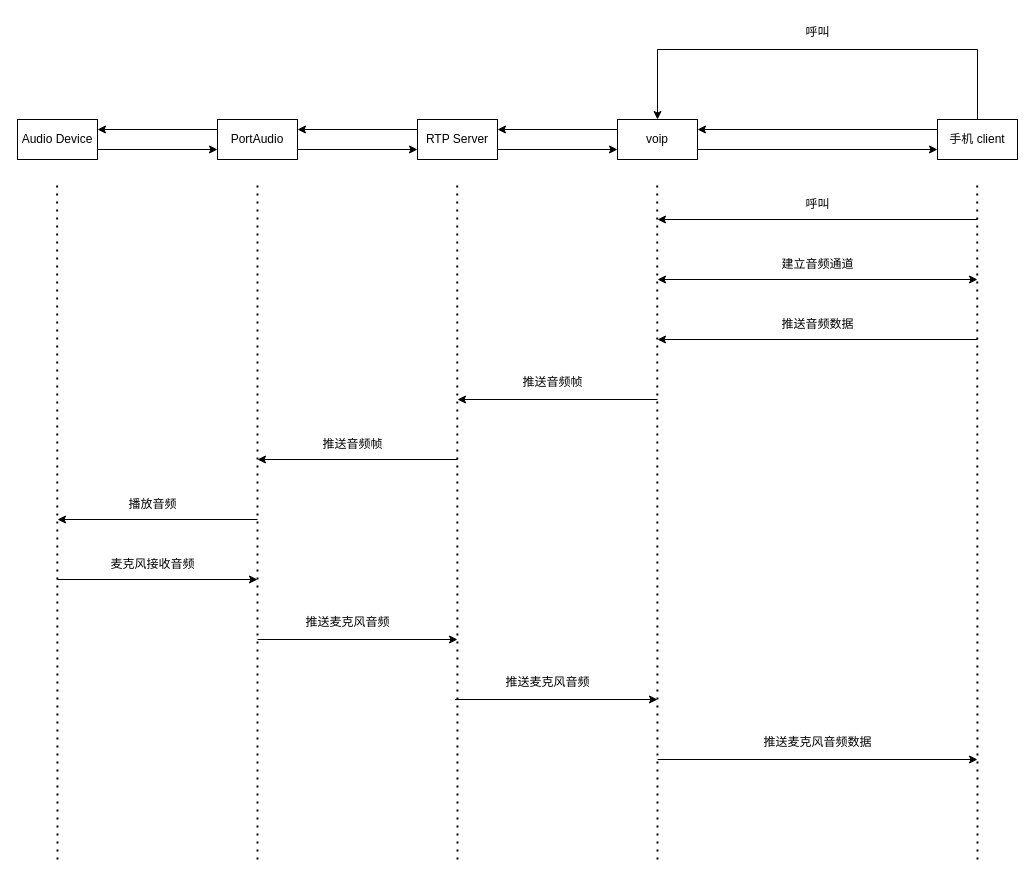
This is voip.drawio from WhiteCells/voip, a draw.io file, before an edit. Source tidied: cells renumbered, new cells numbered last; positions are measured from the earlier drawing's top-left corner, leaving out a move shared by most shapes. Both pictures are drawn from the tidied source at 100%, with x=0, y=0 at pixel (17, 17).
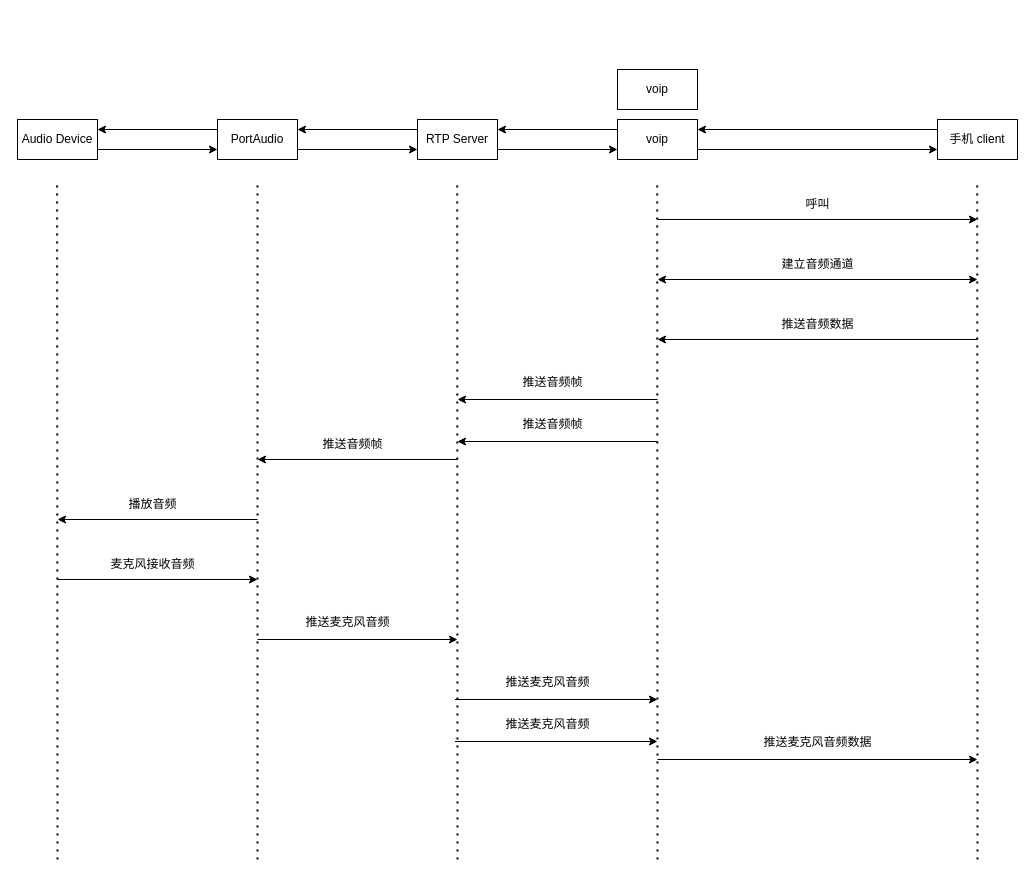
The same diagram, later.

Unchanged cells that the change refers to:
```xml
<mxCell id="4" value="voip" style="rounded=0;whiteSpace=wrap;html=1;" parent="1" vertex="1">
  <mxGeometry x="600" y="102" width="80" height="40" as="geometry" />
</mxCell>
<mxCell id="10" value="手机 client" style="rounded=0;whiteSpace=wrap;html=1;" parent="1" vertex="1">
  <mxGeometry x="920" y="102" width="80" height="40" as="geometry" />
</mxCell>
```

Change to the diagram source:
```diff
@@
-    <mxCell id="8" style="edgeStyle=orthogonalEdgeStyle;rounded=0;jettySize=auto;html=1;entryX=0.5;entryY=0;entryDx=0;entryDy=0;" parent="1" edge="1" source="10" target="4">
-      <mxGeometry relative="1" as="geometry">
-        <Array as="points">
-          <mxPoint x="960" y="32" />
-          <mxPoint x="640" y="32" />
-        </Array>
-      </mxGeometry>
-    </mxCell>
@@
-    <mxCell id="11" value="呼叫" style="text;html=1;align=center;verticalAlign=middle;strokeColor=none;fillColor=none;" parent="1" vertex="1">
-      <mxGeometry x="775" width="50" height="30" as="geometry" />
-    </mxCell>
@@
     <mxCell id="19" style="endArrow=classic;html=1;rounded=0;" parent="1" edge="1">
       <mxGeometry relative="1" as="geometry">
-        <mxPoint x="960" y="202" as="sourcePoint" />
-        <mxPoint x="640" y="202" as="targetPoint" />
+        <mxPoint x="640" y="202" as="sourcePoint" />
+        <mxPoint x="960" y="202" as="targetPoint" />
       </mxGeometry>
     </mxCell>
@@
+    <mxCell id="42" style="endArrow=classic;html=1;rounded=0;" parent="1" edge="1">
+      <mxGeometry relative="1" as="geometry">
+        <mxPoint x="640" y="424" as="sourcePoint" />
+        <mxPoint x="440" y="424" as="targetPoint" />
+      </mxGeometry>
+    </mxCell>
+    <mxCell id="43" value="推送音频帧" style="text;html=1;align=center;verticalAlign=middle;strokeColor=none;fillColor=none;" parent="1" vertex="1">
+      <mxGeometry x="495" y="392" width="80" height="30" as="geometry" />
+    </mxCell>
+    <mxCell id="44" value="voip" style="rounded=0;whiteSpace=wrap;html=1;" parent="1" vertex="1">
+      <mxGeometry x="600" y="52" width="80" height="40" as="geometry" />
+    </mxCell>
+    <mxCell id="45" style="endArrow=classic;html=1;rounded=0;" parent="1" edge="1">
+      <mxGeometry relative="1" as="geometry">
+        <mxPoint x="437.5" y="724" as="sourcePoint" />
+        <mxPoint x="640" y="724" as="targetPoint" />
+      </mxGeometry>
+    </mxCell>
+    <mxCell id="46" value="推送麦克风音频" style="text;html=1;align=center;verticalAlign=middle;strokeColor=none;fillColor=none;" parent="1" vertex="1">
+      <mxGeometry x="475" y="692" width="110" height="30" as="geometry" />
+    </mxCell>
```
